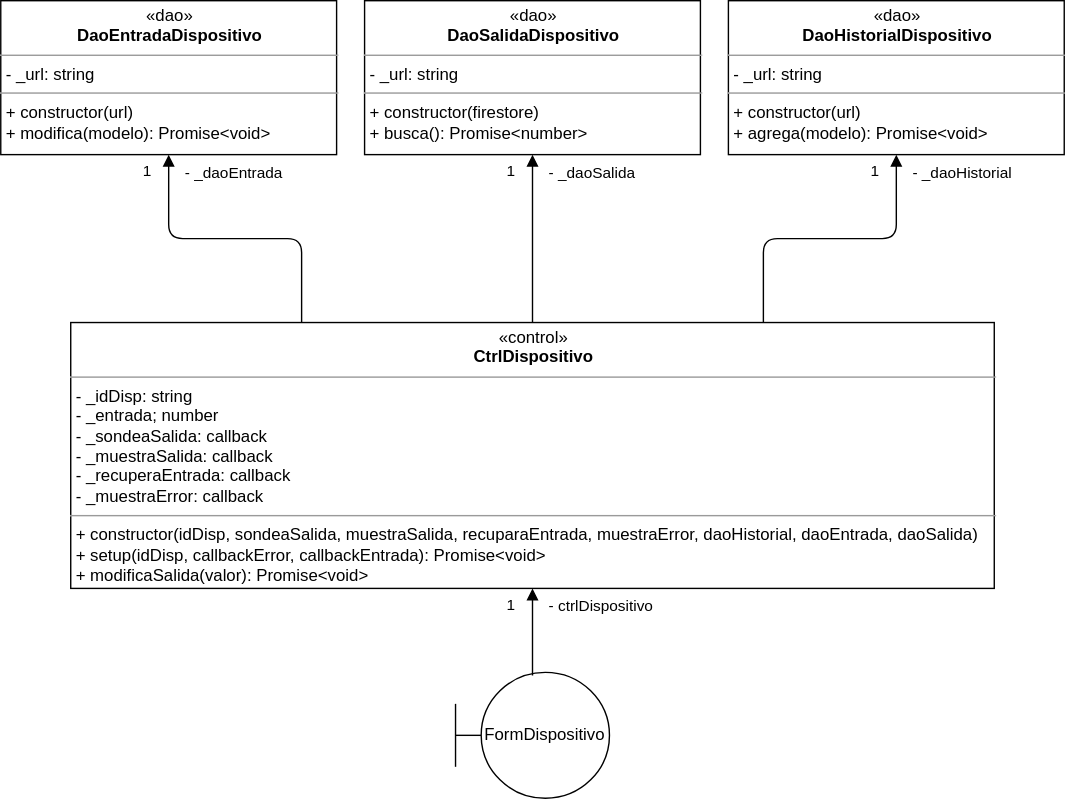
This is img/clases_dispositivo.svg from gilpgdm/gilpgdm.github.io, a draw.io export, as it was before one commit. Source tidied: cells renumbered, new cells last; positions are measured from the earlier drawing's top-left corner, leaving out a move shared by most shapes.
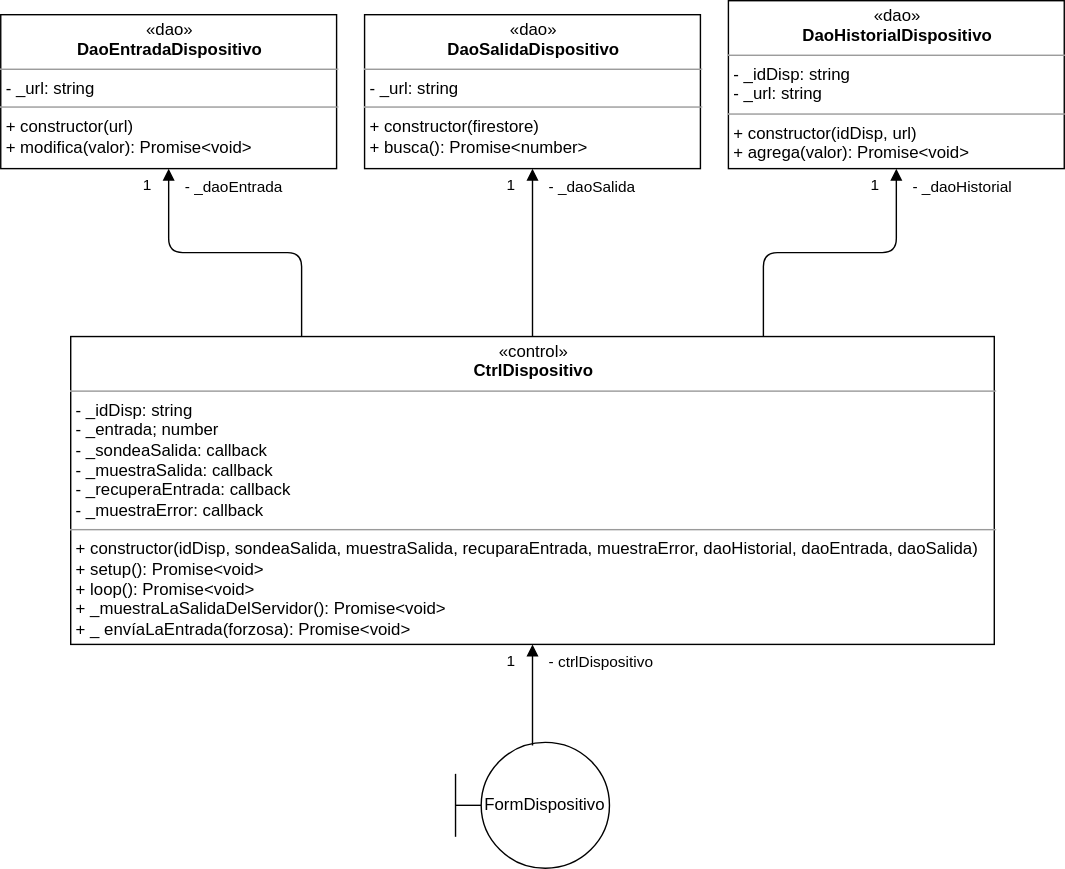
The same diagram one commit later.

What changed in the source:
```diff
@@ -2,17 +2,17 @@
   <root>
     <mxCell id="0" />
     <mxCell id="1" parent="0" />
-    <mxCell id="2" value="&lt;p style=&quot;margin: 0px ; margin-top: 4px ; text-align: center&quot;&gt;«dao»&lt;br&gt;&lt;b&gt;DaoEntradaDispositivo&lt;/b&gt;&lt;/p&gt;&lt;hr size=&quot;1&quot;&gt;&lt;p style=&quot;margin: 0px ; margin-left: 4px&quot;&gt;- _url: string&lt;/p&gt;&lt;hr size=&quot;1&quot;&gt;&lt;p style=&quot;margin: 0px ; margin-left: 4px&quot;&gt;+ constructor(url)&lt;br&gt;+ modifica(modelo): Promise&amp;lt;void&amp;gt;&lt;/p&gt;" style="verticalAlign=top;align=left;overflow=fill;fontSize=12;fontFamily=Helvetica;html=1;" parent="1" vertex="1">
+    <mxCell id="2" value="&lt;p style=&quot;margin: 0px ; margin-top: 4px ; text-align: center&quot;&gt;«dao»&lt;br&gt;&lt;b&gt;DaoEntradaDispositivo&lt;/b&gt;&lt;/p&gt;&lt;hr size=&quot;1&quot;&gt;&lt;p style=&quot;margin: 0px ; margin-left: 4px&quot;&gt;- _url: string&lt;/p&gt;&lt;hr size=&quot;1&quot;&gt;&lt;p style=&quot;margin: 0px ; margin-left: 4px&quot;&gt;+ constructor(url)&lt;br&gt;+ modifica(valor): Promise&amp;lt;void&amp;gt;&lt;/p&gt;" style="verticalAlign=top;align=left;overflow=fill;fontSize=12;fontFamily=Helvetica;html=1;" parent="1" vertex="1">
       <mxGeometry width="240" height="110" as="geometry" />
     </mxCell>
     <mxCell id="3" value="&lt;p style=&quot;margin: 0px ; margin-top: 4px ; text-align: center&quot;&gt;«dao»&lt;br&gt;&lt;b&gt;DaoSalidaDispositivo&lt;/b&gt;&lt;/p&gt;&lt;hr size=&quot;1&quot;&gt;&lt;p style=&quot;margin: 0px ; margin-left: 4px&quot;&gt;- _url: string&lt;br&gt;&lt;/p&gt;&lt;hr size=&quot;1&quot;&gt;&lt;p style=&quot;margin: 0px ; margin-left: 4px&quot;&gt;+ constructor(firestore)&lt;br&gt;+ busca(): Promise&amp;lt;number&amp;gt;&lt;/p&gt;" style="verticalAlign=top;align=left;overflow=fill;fontSize=12;fontFamily=Helvetica;html=1;" parent="1" vertex="1">
       <mxGeometry x="260" width="240" height="110" as="geometry" />
     </mxCell>
-    <mxCell id="4" value="&lt;p style=&quot;margin: 0px ; margin-top: 4px ; text-align: center&quot;&gt;«dao»&lt;br&gt;&lt;b&gt;DaoHistorialDispositivo&lt;/b&gt;&lt;/p&gt;&lt;hr size=&quot;1&quot;&gt;&lt;p style=&quot;margin: 0px ; margin-left: 4px&quot;&gt;- _url: string&lt;br&gt;&lt;/p&gt;&lt;hr size=&quot;1&quot;&gt;&lt;p style=&quot;margin: 0px ; margin-left: 4px&quot;&gt;+ constructor(url)&lt;br&gt;+ agrega(modelo): Promise&amp;lt;void&amp;gt;&lt;/p&gt;" style="verticalAlign=top;align=left;overflow=fill;fontSize=12;fontFamily=Helvetica;html=1;" parent="1" vertex="1">
-      <mxGeometry x="520" width="240" height="110" as="geometry" />
+    <mxCell id="4" value="&lt;p style=&quot;margin: 0px ; margin-top: 4px ; text-align: center&quot;&gt;«dao»&lt;br&gt;&lt;b&gt;DaoHistorialDispositivo&lt;/b&gt;&lt;/p&gt;&lt;hr size=&quot;1&quot;&gt;&lt;p style=&quot;margin: 0px ; margin-left: 4px&quot;&gt;- _idDisp: string&lt;/p&gt;&lt;p style=&quot;margin: 0px ; margin-left: 4px&quot;&gt;- _url: string&lt;br&gt;&lt;/p&gt;&lt;hr size=&quot;1&quot;&gt;&lt;p style=&quot;margin: 0px ; margin-left: 4px&quot;&gt;+ constructor(idDisp, url)&lt;br&gt;+ agrega(valor): Promise&amp;lt;void&amp;gt;&lt;/p&gt;" style="verticalAlign=top;align=left;overflow=fill;fontSize=12;fontFamily=Helvetica;html=1;" parent="1" vertex="1">
+      <mxGeometry x="520" y="-10" width="240" height="120" as="geometry" />
     </mxCell>
-    <mxCell id="5" value="&lt;p style=&quot;margin: 0px ; margin-top: 4px ; text-align: center&quot;&gt;«control»&lt;br&gt;&lt;b&gt;CtrlDispositivo&lt;/b&gt;&lt;/p&gt;&lt;hr size=&quot;1&quot;&gt;&lt;p style=&quot;margin: 0px ; margin-left: 4px&quot;&gt;- _idDisp: string&lt;/p&gt;&lt;p style=&quot;margin: 0px ; margin-left: 4px&quot;&gt;- _entrada; number&lt;/p&gt;&lt;p style=&quot;margin: 0px ; margin-left: 4px&quot;&gt;- _sondeaSalida: callback&lt;/p&gt;&lt;p style=&quot;margin: 0px ; margin-left: 4px&quot;&gt;- _muestraSalida: callback&lt;/p&gt;&lt;p style=&quot;margin: 0px ; margin-left: 4px&quot;&gt;- _recuperaEntrada: callback&lt;br&gt;&lt;/p&gt;&lt;p style=&quot;margin: 0px ; margin-left: 4px&quot;&gt;- _muestraError: callback&lt;/p&gt;&lt;hr size=&quot;1&quot;&gt;&lt;p style=&quot;margin: 0px ; margin-left: 4px&quot;&gt;+ constructor(idDisp, sondeaSalida, muestraSalida, recuparaEntrada, muestraError, daoHistorial, daoEntrada, daoSalida)&lt;br&gt;&lt;/p&gt;&lt;p style=&quot;margin: 0px ; margin-left: 4px&quot;&gt;+ setup(idDisp, callbackError, callbackEntrada): Promise&amp;lt;void&amp;gt;&lt;br&gt;+ modificaSalida(valor): Promise&amp;lt;void&amp;gt;&lt;/p&gt;" style="verticalAlign=top;align=left;overflow=fill;fontSize=12;fontFamily=Helvetica;html=1;" parent="1" vertex="1">
-      <mxGeometry x="50" y="230" width="660" height="190" as="geometry" />
+    <mxCell id="5" value="&lt;p style=&quot;margin: 0px ; margin-top: 4px ; text-align: center&quot;&gt;«control»&lt;br&gt;&lt;b&gt;CtrlDispositivo&lt;/b&gt;&lt;/p&gt;&lt;hr size=&quot;1&quot;&gt;&lt;p style=&quot;margin: 0px ; margin-left: 4px&quot;&gt;- _idDisp: string&lt;/p&gt;&lt;p style=&quot;margin: 0px ; margin-left: 4px&quot;&gt;- _entrada; number&lt;/p&gt;&lt;p style=&quot;margin: 0px ; margin-left: 4px&quot;&gt;- _sondeaSalida: callback&lt;/p&gt;&lt;p style=&quot;margin: 0px ; margin-left: 4px&quot;&gt;- _muestraSalida: callback&lt;/p&gt;&lt;p style=&quot;margin: 0px ; margin-left: 4px&quot;&gt;- _recuperaEntrada: callback&lt;br&gt;&lt;/p&gt;&lt;p style=&quot;margin: 0px ; margin-left: 4px&quot;&gt;- _muestraError: callback&lt;/p&gt;&lt;hr size=&quot;1&quot;&gt;&lt;p style=&quot;margin: 0px ; margin-left: 4px&quot;&gt;+ constructor(idDisp, sondeaSalida, muestraSalida, recuparaEntrada, muestraError, daoHistorial, daoEntrada, daoSalida)&lt;br&gt;&lt;/p&gt;&lt;p style=&quot;margin: 0px ; margin-left: 4px&quot;&gt;+ setup(): Promise&amp;lt;void&amp;gt;&lt;/p&gt;&lt;p style=&quot;margin: 0px ; margin-left: 4px&quot;&gt;+ loop(): Promise&amp;lt;void&amp;gt;&lt;br&gt;+ _muestraLaSalidaDelServidor(): Promise&amp;lt;void&amp;gt;&lt;/p&gt;&lt;p style=&quot;margin: 0px ; margin-left: 4px&quot;&gt;+ _ envíaLaEntrada(forzosa): Promise&amp;lt;void&amp;gt;&lt;/p&gt;" style="verticalAlign=top;align=left;overflow=fill;fontSize=12;fontFamily=Helvetica;html=1;" parent="1" vertex="1">
+      <mxGeometry x="50" y="230" width="660" height="220" as="geometry" />
     </mxCell>
     <mxCell id="6" value="- _daoSalida" style="endArrow=none;endFill=0;html=1;edgeStyle=orthogonalEdgeStyle;align=left;verticalAlign=top;exitX=0.5;exitY=1;exitDx=0;exitDy=0;entryX=0.5;entryY=0;entryDx=0;entryDy=0;startArrow=block;startFill=1;" parent="1" edge="1" source="3" target="5">
       <mxGeometry x="-1" y="10" relative="1" as="geometry" />
@@ -31,7 +31,7 @@
       </mxGeometry>
     </mxCell>
     <mxCell id="10" value="FormDispositivo" style="shape=umlBoundary;whiteSpace=wrap;html=1;" parent="1" vertex="1">
-      <mxGeometry x="325" y="480" width="110" height="90" as="geometry" />
+      <mxGeometry x="325" y="520" width="110" height="90" as="geometry" />
     </mxCell>
     <mxCell id="11" value="- ctrlDispositivo" style="endArrow=none;endFill=0;html=1;edgeStyle=orthogonalEdgeStyle;align=left;verticalAlign=top;exitX=0.5;exitY=1;exitDx=0;exitDy=0;startArrow=block;startFill=1;entryX=0.5;entryY=0.025;entryDx=0;entryDy=0;entryPerimeter=0;" parent="1" edge="1" source="5" target="10">
       <mxGeometry x="-1" y="10" relative="1" as="geometry" />
```
